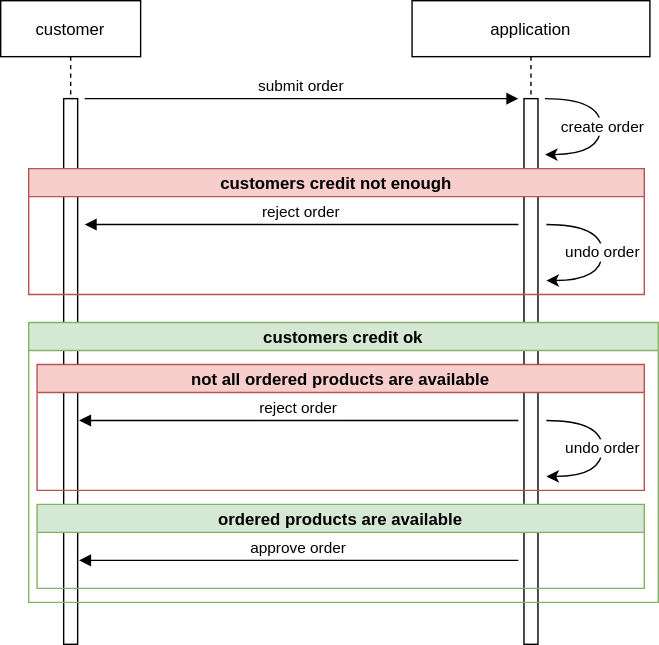
tederer/ssoa-pt-grp7 keeps this draw.io diagram as images/sequencediagram.drawio.svg. Above is the earlier version. Source tidied: cells renumbered, new cells last; positions are measured from the earlier drawing's top-left corner, leaving out a move shared by most shapes.
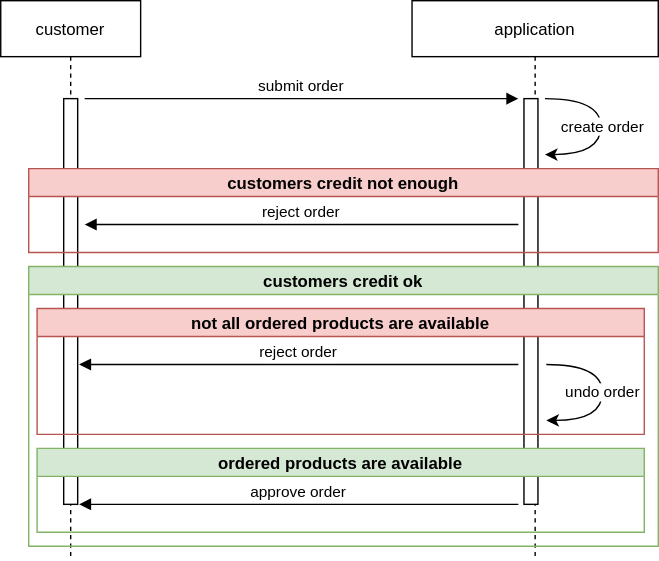
The same file after the commit.

Diff of the diagram source:
```diff
@@ -3,16 +3,16 @@
     <mxCell id="0" />
     <mxCell id="1" parent="0" />
     <mxCell id="2" value="customer" style="shape=umlLifeline;perimeter=lifelinePerimeter;rounded=0;shadow=0;strokeWidth=1;" parent="1" vertex="1">
-      <mxGeometry width="100" height="420" as="geometry" />
+      <mxGeometry width="100" height="400" as="geometry" />
     </mxCell>
     <mxCell id="3" style="perimeter=orthogonalPerimeter;rounded=0;shadow=0;strokeWidth=1;" parent="2" vertex="1">
-      <mxGeometry x="45" y="70" width="10" height="390" as="geometry" />
+      <mxGeometry x="45" y="70" width="10" height="290" as="geometry" />
     </mxCell>
     <mxCell id="4" value="application" style="shape=umlLifeline;perimeter=lifelinePerimeter;rounded=0;shadow=0;strokeWidth=1;" parent="1" vertex="1">
-      <mxGeometry x="294" width="170" height="460" as="geometry" />
+      <mxGeometry x="294" width="176" height="400" as="geometry" />
     </mxCell>
     <mxCell id="5" style="perimeter=orthogonalPerimeter;rounded=0;shadow=0;strokeWidth=1;" parent="4" vertex="1">
-      <mxGeometry x="80" y="70" width="10" height="390" as="geometry" />
+      <mxGeometry x="80" y="70" width="10" height="290" as="geometry" />
     </mxCell>
     <mxCell id="6" value="create order" style="curved=1;endArrow=classic;html=1;rounded=0;" parent="4" edge="1">
       <mxGeometry y="1" relative="1" as="geometry">
@@ -24,33 +24,8 @@
         </Array>
       </mxGeometry>
     </mxCell>
-    <mxCell id="7" value="submit order" style="verticalAlign=bottom;endArrow=block;shadow=0;strokeWidth=1;" parent="1" edge="1">
-      <mxGeometry relative="1" as="geometry">
-        <mxPoint x="60" y="70" as="sourcePoint" />
-        <mxPoint x="370" y="70" as="targetPoint" />
-      </mxGeometry>
-    </mxCell>
-    <mxCell id="8" value="customers credit not enough" style="swimlane;startSize=20;fillStyle=solid;fillColor=#f8cecc;strokeColor=#b85450;" parent="1" vertex="1">
-      <mxGeometry x="20" y="120" width="440" height="90" as="geometry" />
-    </mxCell>
-    <mxCell id="9" value="undo order" style="curved=1;endArrow=classic;html=1;rounded=0;" parent="8" edge="1">
-      <mxGeometry relative="1" as="geometry">
-        <mxPoint x="370" y="40" as="sourcePoint" />
-        <mxPoint x="370" y="80" as="targetPoint" />
-        <Array as="points">
-          <mxPoint x="410" y="40" />
-          <mxPoint x="410" y="80" />
-        </Array>
-      </mxGeometry>
-    </mxCell>
-    <mxCell id="10" value="reject order" style="verticalAlign=bottom;endArrow=block;shadow=0;strokeWidth=1;" parent="1" edge="1">
-      <mxGeometry relative="1" as="geometry">
-        <mxPoint x="370" y="160" as="sourcePoint" />
-        <mxPoint x="60" y="160" as="targetPoint" />
-      </mxGeometry>
-    </mxCell>
-    <mxCell id="11" value="customers credit ok" style="swimlane;startSize=20;fillColor=#d5e8d4;strokeColor=#82b366;" parent="1" vertex="1">
-      <mxGeometry x="20" y="230" width="450" height="200" as="geometry" />
+    <mxCell id="11" value="customers credit ok" style="swimlane;startSize=20;fillColor=#d5e8d4;strokeColor=#82b366;" parent="4" vertex="1">
+      <mxGeometry x="-274" y="190" width="450" height="200" as="geometry" />
     </mxCell>
     <mxCell id="12" value="not all ordered products are available" style="swimlane;startSize=20;fillColor=#f8cecc;strokeColor=#b85450;" parent="11" vertex="1">
       <mxGeometry x="6" y="30" width="434" height="90" as="geometry" />
@@ -80,5 +55,20 @@
         </Array>
       </mxGeometry>
     </mxCell>
+    <mxCell id="7" value="submit order" style="verticalAlign=bottom;endArrow=block;shadow=0;strokeWidth=1;" parent="1" edge="1">
+      <mxGeometry relative="1" as="geometry">
+        <mxPoint x="60" y="70" as="sourcePoint" />
+        <mxPoint x="370" y="70" as="targetPoint" />
+      </mxGeometry>
+    </mxCell>
+    <mxCell id="8" value="customers credit not enough" style="swimlane;startSize=20;fillStyle=solid;fillColor=#f8cecc;strokeColor=#b85450;" parent="1" vertex="1">
+      <mxGeometry x="20" y="120" width="450" height="60" as="geometry" />
+    </mxCell>
+    <mxCell id="10" value="reject order" style="verticalAlign=bottom;endArrow=block;shadow=0;strokeWidth=1;" parent="1" edge="1">
+      <mxGeometry relative="1" as="geometry">
+        <mxPoint x="370" y="160" as="sourcePoint" />
+        <mxPoint x="60" y="160" as="targetPoint" />
+      </mxGeometry>
+    </mxCell>
   </root>
 </mxGraphModel>
```
